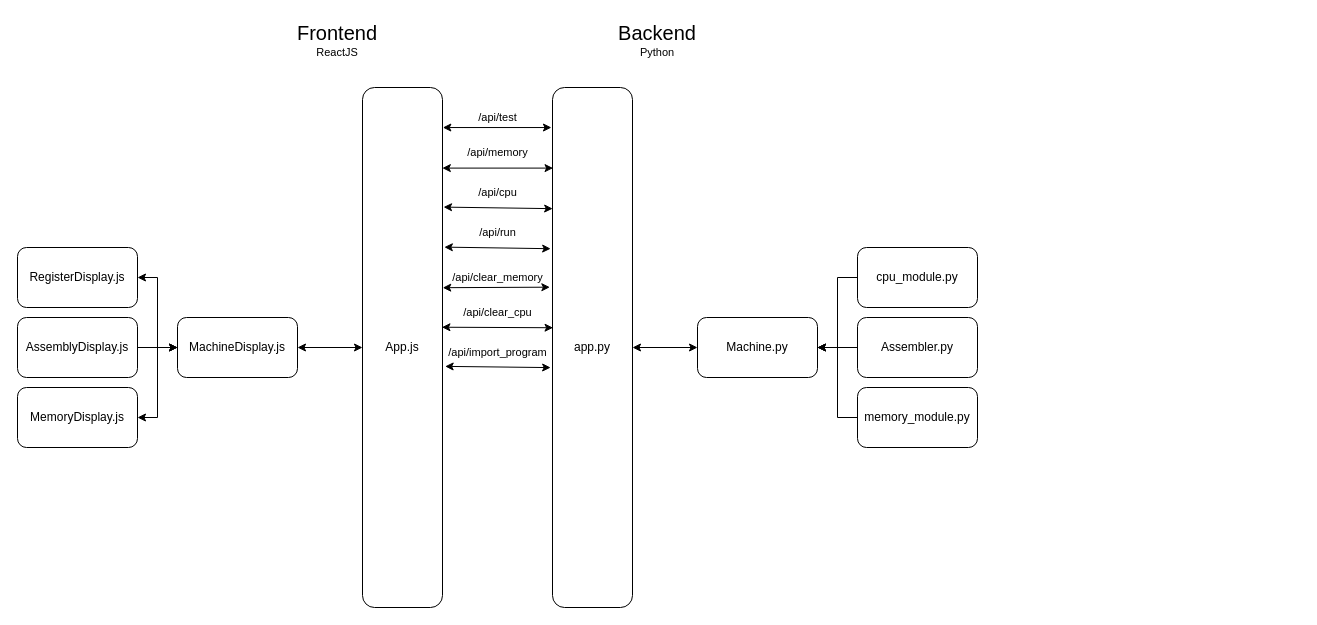
Above: architecture.dio in FarisAMZ71/BrookshearMachine (draw.io), before the change. Source tidied: cells renumbered, new cells numbered last; positions are measured from the earlier drawing's top-left corner, leaving out a move shared by most shapes. Both pictures are drawn from the tidied source at 100%, with x=0, y=0 at pixel (17, 17).
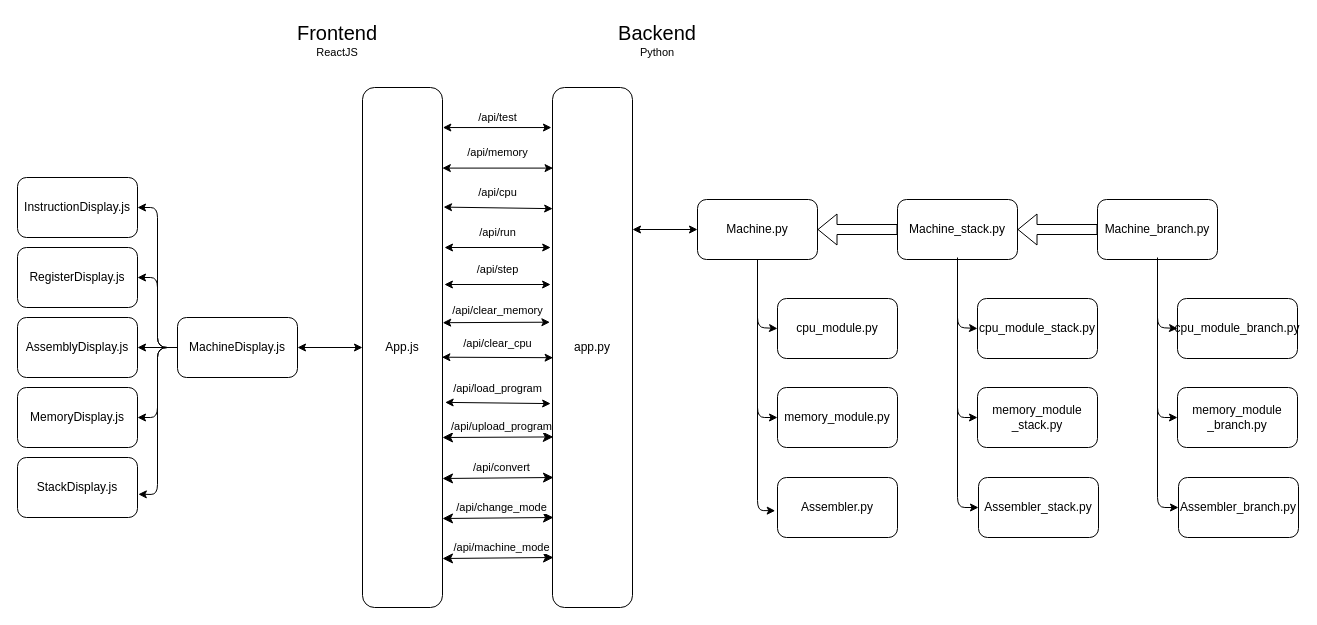
The same diagram, later.

Unchanged cells that the change refers to:
```xml
<mxCell id="2" value="app.py" style="rounded=1;whiteSpace=wrap;html=1;" parent="1" vertex="1">
  <mxGeometry x="535" y="70" width="80" height="520" as="geometry" />
</mxCell>
<mxCell id="3" value="MachineDisplay.js" style="rounded=1;whiteSpace=wrap;html=1;" parent="1" vertex="1">
  <mxGeometry x="160" y="300" width="120" height="60" as="geometry" />
</mxCell>
<mxCell id="15" value="App.js" style="rounded=1;whiteSpace=wrap;html=1;" parent="1" vertex="1">
  <mxGeometry x="345" y="70" width="80" height="520" as="geometry" />
</mxCell>
<mxCell id="31" value="RegisterDisplay.js" style="rounded=1;whiteSpace=wrap;html=1;" parent="1" vertex="1">
  <mxGeometry y="230" width="120" height="60" as="geometry" />
</mxCell>
<mxCell id="33" value="MemoryDisplay.js" style="rounded=1;whiteSpace=wrap;html=1;" parent="1" vertex="1">
  <mxGeometry y="370" width="120" height="60" as="geometry" />
</mxCell>
<mxCell id="35" value="AssemblyDisplay.js" style="rounded=1;whiteSpace=wrap;html=1;" parent="1" vertex="1">
  <mxGeometry y="300" width="120" height="60" as="geometry" />
</mxCell>
```

What changed in the source:
```diff
@@
+    <mxCell id="38" style="edgeStyle=none;html=1;exitX=0;exitY=0.5;exitDx=0;exitDy=0;entryX=1;entryY=0.5;entryDx=0;entryDy=0;" parent="1" edge="1" source="3" target="31">
+      <mxGeometry relative="1" as="geometry">
+        <Array as="points">
+          <mxPoint x="140" y="330" />
+          <mxPoint x="140" y="260" />
+        </Array>
+      </mxGeometry>
+    </mxCell>
+    <mxCell id="39" style="edgeStyle=none;html=1;exitX=0;exitY=0.5;exitDx=0;exitDy=0;entryX=1;entryY=0.5;entryDx=0;entryDy=0;" parent="1" edge="1" source="3" target="35">
+      <mxGeometry relative="1" as="geometry" />
+    </mxCell>
+    <mxCell id="40" style="edgeStyle=none;html=1;exitX=0;exitY=0.5;exitDx=0;exitDy=0;entryX=1;entryY=0.5;entryDx=0;entryDy=0;" parent="1" edge="1" source="3" target="33">
+      <mxGeometry relative="1" as="geometry">
+        <Array as="points">
+          <mxPoint x="140" y="330" />
+          <mxPoint x="140" y="400" />
+        </Array>
+      </mxGeometry>
+    </mxCell>
+    <mxCell id="41" style="edgeStyle=none;html=1;exitX=0;exitY=0.5;exitDx=0;exitDy=0;entryX=1;entryY=0.5;entryDx=0;entryDy=0;" parent="1" edge="1" source="3" target="51">
+      <mxGeometry relative="1" as="geometry">
+        <Array as="points">
+          <mxPoint x="140" y="330" />
+          <mxPoint x="140" y="190" />
+        </Array>
+      </mxGeometry>
+    </mxCell>
@@
-    <mxCell id="8" style="edgeStyle=none;rounded=0;html=1;exitX=0;exitY=0.5;exitDx=0;exitDy=0;entryX=1;entryY=0.5;entryDx=0;entryDy=0;strokeColor=default;fontSize=11;startArrow=classic;startFill=1;" parent="1" edge="1" source="9" target="2">
-      <mxGeometry relative="1" as="geometry" />
+    <mxCell id="8" style="edgeStyle=none;rounded=0;html=1;exitX=0;exitY=0.5;exitDx=0;exitDy=0;entryX=1;entryY=0.5;entryDx=0;entryDy=0;strokeColor=default;fontSize=11;startArrow=classic;startFill=1;" parent="1" edge="1" source="9">
+      <mxGeometry relative="1" as="geometry">
+        <mxPoint x="615" y="212" as="targetPoint" />
+      </mxGeometry>
     </mxCell>
+    <mxCell id="42" style="edgeStyle=none;html=1;exitX=0.5;exitY=1;exitDx=0;exitDy=0;entryX=0;entryY=0.5;entryDx=0;entryDy=0;" parent="1" edge="1" source="9" target="47">
+      <mxGeometry relative="1" as="geometry">
+        <Array as="points">
+          <mxPoint x="740" y="310" />
+        </Array>
+      </mxGeometry>
+    </mxCell>
+    <mxCell id="43" style="edgeStyle=none;html=1;exitX=0.5;exitY=1;exitDx=0;exitDy=0;entryX=0;entryY=0.5;entryDx=0;entryDy=0;" parent="1" edge="1" source="9" target="48">
+      <mxGeometry relative="1" as="geometry">
+        <Array as="points">
+          <mxPoint x="740" y="400" />
+        </Array>
+      </mxGeometry>
+    </mxCell>
     <mxCell id="9" value="Machine.py" style="rounded=1;whiteSpace=wrap;html=1;" parent="1" vertex="1">
-      <mxGeometry x="680" y="300" width="120" height="60" as="geometry" />
+      <mxGeometry x="680" y="182" width="120" height="60" as="geometry" />
     </mxCell>
-    <mxCell id="10" style="edgeStyle=none;rounded=0;html=1;exitX=0;exitY=0.5;exitDx=0;exitDy=0;entryX=1;entryY=0.5;entryDx=0;entryDy=0;strokeColor=default;fontSize=11;" parent="1" edge="1" source="11" target="9">
-      <mxGeometry relative="1" as="geometry">
-        <Array as="points">
-          <mxPoint x="820" y="260" />
-          <mxPoint x="820" y="330" />
-        </Array>
-      </mxGeometry>
-    </mxCell>
-    <mxCell id="11" value="cpu_module.py" style="rounded=1;whiteSpace=wrap;html=1;" parent="1" vertex="1">
-      <mxGeometry x="840" y="230" width="120" height="60" as="geometry" />
+    <mxCell id="11" value="cpu_module_stack.py" style="rounded=1;whiteSpace=wrap;html=1;" parent="1" vertex="1">
+      <mxGeometry x="960" y="281" width="120" height="60" as="geometry" />
     </mxCell>
-    <mxCell id="12" style="edgeStyle=none;rounded=0;html=1;exitX=0;exitY=0.5;exitDx=0;exitDy=0;strokeColor=default;fontSize=11;" parent="1" edge="1" source="13">
-      <mxGeometry relative="1" as="geometry">
-        <mxPoint x="800" y="330" as="targetPoint" />
-        <Array as="points">
-          <mxPoint x="820" y="400" />
-          <mxPoint x="820" y="330" />
-        </Array>
-      </mxGeometry>
-    </mxCell>
-    <mxCell id="13" value="memory_module.py" style="rounded=1;whiteSpace=wrap;html=1;" parent="1" vertex="1">
-      <mxGeometry x="840" y="370" width="120" height="60" as="geometry" />
+    <mxCell id="13" value="memory_module&lt;div&gt;_stack.py&lt;/div&gt;" style="rounded=1;whiteSpace=wrap;html=1;" parent="1" vertex="1">
+      <mxGeometry x="960" y="370" width="120" height="60" as="geometry" />
     </mxCell>
@@
-    <mxCell id="19" style="edgeStyle=none;rounded=0;html=1;exitX=1.023;exitY=0.307;exitDx=0;exitDy=0;entryX=-0.023;entryY=0.31;entryDx=0;entryDy=0;strokeColor=default;fontSize=11;startArrow=classic;startFill=1;entryPerimeter=0;exitPerimeter=0;" parent="1" edge="1" source="15" target="2">
-      <mxGeometry relative="1" as="geometry" />
+    <mxCell id="19" style="edgeStyle=none;rounded=0;html=1;entryX=-0.023;entryY=0.31;entryDx=0;entryDy=0;strokeColor=default;fontSize=11;startArrow=classic;startFill=1;entryPerimeter=0;" parent="1" edge="1">
+      <mxGeometry relative="1" as="geometry">
+        <mxPoint x="427" y="230" as="sourcePoint" />
+        <mxPoint x="533.2" y="230" as="targetPoint" />
+      </mxGeometry>
     </mxCell>
-    <mxCell id="20" style="edgeStyle=none;rounded=0;html=1;exitX=1.003;exitY=0.385;exitDx=0;exitDy=0;entryX=-0.033;entryY=0.384;entryDx=0;entryDy=0;strokeColor=default;fontSize=11;startArrow=classic;startFill=1;entryPerimeter=0;exitPerimeter=0;" parent="1" edge="1" source="15" target="2">
-      <mxGeometry relative="1" as="geometry" />
+    <mxCell id="20" style="edgeStyle=none;rounded=0;html=1;exitX=1.003;exitY=0.385;exitDx=0;exitDy=0;entryX=-0.033;entryY=0.384;entryDx=0;entryDy=0;strokeColor=default;fontSize=11;startArrow=classic;startFill=1;entryPerimeter=0;exitPerimeter=0;" parent="1" edge="1">
+      <mxGeometry relative="1" as="geometry">
+        <mxPoint x="425.2" y="305.2" as="sourcePoint" />
+        <mxPoint x="532.4" y="304.7" as="targetPoint" />
+      </mxGeometry>
     </mxCell>
-    <mxCell id="21" style="edgeStyle=none;rounded=0;html=1;exitX=0.993;exitY=0.461;exitDx=0;exitDy=0;entryX=0.007;entryY=0.462;entryDx=0;entryDy=0;strokeColor=default;fontSize=11;startArrow=classic;startFill=1;entryPerimeter=0;exitPerimeter=0;" parent="1" edge="1" source="15" target="2">
-      <mxGeometry relative="1" as="geometry" />
+    <mxCell id="21" style="edgeStyle=none;rounded=0;html=1;exitX=0.993;exitY=0.461;exitDx=0;exitDy=0;entryX=0.007;entryY=0.462;entryDx=0;entryDy=0;strokeColor=default;fontSize=11;startArrow=classic;startFill=1;entryPerimeter=0;exitPerimeter=0;" parent="1" edge="1">
+      <mxGeometry relative="1" as="geometry">
+        <mxPoint x="424.4" y="339.7" as="sourcePoint" />
+        <mxPoint x="535.6" y="340.2" as="targetPoint" />
+      </mxGeometry>
     </mxCell>
@@
-    <mxCell id="27" value="/api/clear_memory" style="text;html=1;align=center;verticalAlign=middle;strokeColor=none;fillColor=none;fontSize=11;" parent="1" vertex="1">
-      <mxGeometry x="425" y="245" width="110" height="30" as="geometry" />
-    </mxCell>
     <mxCell id="28" value="/api/clear_cpu" style="text;html=1;align=center;verticalAlign=middle;strokeColor=none;fillColor=none;fontSize=11;" parent="1" vertex="1">
-      <mxGeometry x="435" y="280" width="90" height="30" as="geometry" />
+      <mxGeometry x="435" y="311" width="90" height="30" as="geometry" />
     </mxCell>
-    <mxCell id="29" value="/api/import_program" style="text;html=1;align=center;verticalAlign=middle;points=[];strokeColor=none;fillColor=none;fontSize=11;" parent="1" vertex="1">
-      <mxGeometry x="425" y="320" width="110" height="30" as="geometry" />
+    <mxCell id="29" value="/api/load_program" style="text;html=1;align=center;verticalAlign=middle;points=[];strokeColor=none;fillColor=none;fontSize=11;" parent="1" vertex="1">
+      <mxGeometry x="425" y="356" width="110" height="30" as="geometry" />
     </mxCell>
-    <mxCell id="30" style="edgeStyle=none;rounded=0;html=1;exitX=1;exitY=0.5;exitDx=0;exitDy=0;entryX=0;entryY=0.5;entryDx=0;entryDy=0;strokeColor=default;fontSize=11;startArrow=classic;startFill=1;" parent="1" edge="1" source="31" target="3">
-      <mxGeometry relative="1" as="geometry">
-        <Array as="points">
-          <mxPoint x="140" y="260" />
-          <mxPoint x="140" y="330" />
-        </Array>
-      </mxGeometry>
-    </mxCell>
@@
-    <mxCell id="32" style="edgeStyle=none;rounded=0;html=1;exitX=1;exitY=0.5;exitDx=0;exitDy=0;entryX=0;entryY=0.5;entryDx=0;entryDy=0;strokeColor=default;fontSize=11;startArrow=classic;startFill=1;" parent="1" edge="1" source="33" target="3">
-      <mxGeometry relative="1" as="geometry">
-        <Array as="points">
-          <mxPoint x="140" y="400" />
-          <mxPoint x="140" y="330" />
-        </Array>
-      </mxGeometry>
-    </mxCell>
@@
-    <mxCell id="34" style="edgeStyle=none;html=1;" parent="1" edge="1" source="35" target="3">
-      <mxGeometry relative="1" as="geometry" />
-    </mxCell>
@@
+    <mxCell id="44" style="edgeStyle=none;html=1;exitX=0.5;exitY=1;exitDx=0;exitDy=0;entryX=0;entryY=0.5;entryDx=0;entryDy=0;" parent="1" edge="1" source="36" target="11">
+      <mxGeometry relative="1" as="geometry">
+        <Array as="points">
+          <mxPoint x="940" y="310" />
+        </Array>
+      </mxGeometry>
+    </mxCell>
+    <mxCell id="45" style="edgeStyle=none;html=1;exitX=0.5;exitY=1;exitDx=0;exitDy=0;entryX=0;entryY=0.5;entryDx=0;entryDy=0;" parent="1" edge="1" source="36" target="13">
+      <mxGeometry relative="1" as="geometry">
+        <Array as="points">
+          <mxPoint x="940" y="400" />
+        </Array>
+      </mxGeometry>
+    </mxCell>
+    <mxCell id="46" style="edgeStyle=none;html=1;shape=flexArrow;" parent="1" edge="1" source="36" target="9">
+      <mxGeometry relative="1" as="geometry" />
+    </mxCell>
-    <mxCell id="36" style="edgeStyle=none;html=1;" parent="1" edge="1" source="37" target="9">
-      <mxGeometry relative="1" as="geometry" />
+    <mxCell id="36" value="Machine_stack.py" style="rounded=1;whiteSpace=wrap;html=1;" parent="1" vertex="1">
+      <mxGeometry x="880" y="182" width="120" height="60" as="geometry" />
     </mxCell>
+    <mxCell id="47" value="cpu_module.py" style="rounded=1;whiteSpace=wrap;html=1;" parent="1" vertex="1">
+      <mxGeometry x="760" y="281" width="120" height="60" as="geometry" />
+    </mxCell>
+    <mxCell id="48" value="memory_module.py" style="rounded=1;whiteSpace=wrap;html=1;" parent="1" vertex="1">
+      <mxGeometry x="760" y="370" width="120" height="60" as="geometry" />
+    </mxCell>
+    <mxCell id="49" value="Assembler.py" style="rounded=1;whiteSpace=wrap;html=1;" parent="1" vertex="1">
+      <mxGeometry x="760" y="460" width="120" height="60" as="geometry" />
+    </mxCell>
+    <mxCell id="50" value="StackDisplay.js" style="rounded=1;whiteSpace=wrap;html=1;" parent="1" vertex="1">
+      <mxGeometry y="440" width="120" height="60" as="geometry" />
+    </mxCell>
+    <mxCell id="51" value="&lt;div style=&quot;text-align: center;&quot;&gt;&lt;span style=&quot;background-color: transparent; text-align: start;&quot;&gt;Instruction&lt;/span&gt;&lt;span style=&quot;background-color: transparent;&quot;&gt;Display.js&lt;/span&gt;&lt;/div&gt;" style="rounded=1;whiteSpace=wrap;html=1;" parent="1" vertex="1">
+      <mxGeometry y="160" width="120" height="60" as="geometry" />
+    </mxCell>
+    <mxCell id="52" style="edgeStyle=none;html=1;exitX=0;exitY=0.5;exitDx=0;exitDy=0;entryX=1.007;entryY=0.613;entryDx=0;entryDy=0;entryPerimeter=0;" parent="1" edge="1" source="3" target="50">
+      <mxGeometry relative="1" as="geometry">
+        <Array as="points">
+          <mxPoint x="140" y="330" />
+          <mxPoint x="140" y="477" />
+        </Array>
+      </mxGeometry>
+    </mxCell>
+    <mxCell id="53" style="edgeStyle=none;rounded=0;html=1;entryX=-0.023;entryY=0.31;entryDx=0;entryDy=0;strokeColor=default;fontSize=11;startArrow=classic;startFill=1;entryPerimeter=0;" parent="1" edge="1">
+      <mxGeometry relative="1" as="geometry">
+        <mxPoint x="426.9" y="267" as="sourcePoint" />
+        <mxPoint x="533.1" y="267" as="targetPoint" />
+      </mxGeometry>
+    </mxCell>
+    <mxCell id="54" value="/api/step" style="text;html=1;align=center;verticalAlign=middle;strokeColor=none;fillColor=none;fontSize=11;" parent="1" vertex="1">
+      <mxGeometry x="444.9" y="237" width="70" height="30" as="geometry" />
+    </mxCell>
+    <mxCell id="27" value="&lt;span style=&quot;color: rgb(0, 0, 0); font-size: 11px;&quot;&gt;/api/clear_memory&lt;/span&gt;" style="text;html=1;align=center;verticalAlign=middle;strokeColor=none;fillColor=none;" parent="1" vertex="1">
+      <mxGeometry x="425" y="278" width="110" height="30" as="geometry" />
+    </mxCell>
+    <mxCell id="55" style="edgeStyle=none;jettySize=auto;html=1;endArrow=classic;startArrow=classic;endSize=8;startSize=8;entryX=0.01;entryY=0.672;entryDx=0;entryDy=0;entryPerimeter=0;" parent="1" edge="1" target="2">
+      <mxGeometry relative="1" as="geometry">
+        <mxPoint x="425" y="420" as="sourcePoint" />
+      </mxGeometry>
+    </mxCell>
+    <mxCell id="56" value="&lt;span style=&quot;color: rgb(0, 0, 0); background-color: rgb(251, 251, 251);&quot;&gt;/api/upload_program&lt;/span&gt;" style="edgeLabel;html=1;align=center;verticalAlign=middle;" parent="55" vertex="1">
+      <mxGeometry x="0.04" y="-1" relative="1" as="geometry">
+        <mxPoint y="-12" as="offset" />
+      </mxGeometry>
+    </mxCell>
+    <mxCell id="57" style="edgeStyle=none;orthogonalLoop=1;jettySize=auto;html=1;endArrow=classic;startArrow=classic;endSize=8;startSize=8;entryX=0.01;entryY=0.672;entryDx=0;entryDy=0;entryPerimeter=0;" parent="1" edge="1">
+      <mxGeometry relative="1" as="geometry">
+        <mxPoint x="425" y="461" as="sourcePoint" />
+        <mxPoint x="536" y="460" as="targetPoint" />
+      </mxGeometry>
+    </mxCell>
+    <mxCell id="58" value="&lt;span style=&quot;color: rgb(0, 0, 0); background-color: rgb(251, 251, 251);&quot;&gt;/api/convert&lt;/span&gt;" style="edgeLabel;html=1;align=center;verticalAlign=middle;" parent="57" vertex="1">
+      <mxGeometry x="0.04" y="-1" relative="1" as="geometry">
+        <mxPoint y="-12" as="offset" />
+      </mxGeometry>
+    </mxCell>
+    <mxCell id="59" style="edgeStyle=none;orthogonalLoop=1;jettySize=auto;html=1;endArrow=classic;startArrow=classic;endSize=8;startSize=8;entryX=0.01;entryY=0.672;entryDx=0;entryDy=0;entryPerimeter=0;" parent="1" edge="1">
+      <mxGeometry relative="1" as="geometry">
+        <mxPoint x="425" y="501" as="sourcePoint" />
+        <mxPoint x="536" y="500" as="targetPoint" />
+      </mxGeometry>
+    </mxCell>
+    <mxCell id="60" value="&lt;span style=&quot;color: rgb(0, 0, 0); background-color: rgb(251, 251, 251);&quot;&gt;/api/change_mode&lt;/span&gt;" style="edgeLabel;html=1;align=center;verticalAlign=middle;" parent="59" vertex="1">
+      <mxGeometry x="0.04" y="-1" relative="1" as="geometry">
+        <mxPoint y="-12" as="offset" />
+      </mxGeometry>
+    </mxCell>
+    <mxCell id="61" style="edgeStyle=none;orthogonalLoop=1;jettySize=auto;html=1;endArrow=classic;startArrow=classic;endSize=8;startSize=8;entryX=0.01;entryY=0.672;entryDx=0;entryDy=0;entryPerimeter=0;" parent="1" edge="1">
+      <mxGeometry relative="1" as="geometry">
+        <mxPoint x="425" y="541" as="sourcePoint" />
+        <mxPoint x="536" y="540" as="targetPoint" />
+      </mxGeometry>
+    </mxCell>
+    <mxCell id="62" value="&lt;span style=&quot;color: rgb(0, 0, 0); background-color: rgb(251, 251, 251);&quot;&gt;/api/machine_mode&lt;/span&gt;" style="edgeLabel;html=1;align=center;verticalAlign=middle;" parent="61" vertex="1">
+      <mxGeometry x="0.04" y="-1" relative="1" as="geometry">
+        <mxPoint y="-12" as="offset" />
+      </mxGeometry>
+    </mxCell>
+    <mxCell id="63" style="edgeStyle=none;html=1;exitX=0.5;exitY=1;exitDx=0;exitDy=0;entryX=-0.019;entryY=0.554;entryDx=0;entryDy=0;entryPerimeter=0;" parent="1" edge="1" source="9" target="49">
+      <mxGeometry relative="1" as="geometry">
+        <Array as="points">
+          <mxPoint x="740" y="493" />
+        </Array>
+      </mxGeometry>
+    </mxCell>
+    <mxCell id="64" style="edgeStyle=none;html=1;entryX=0;entryY=0.5;entryDx=0;entryDy=0;" parent="1" edge="1" target="37">
+      <mxGeometry relative="1" as="geometry">
+        <mxPoint x="940" y="240" as="sourcePoint" />
+        <Array as="points">
+          <mxPoint x="940" y="490" />
+        </Array>
+      </mxGeometry>
+    </mxCell>
-    <mxCell id="37" value="Assembler.py" style="rounded=1;whiteSpace=wrap;html=1;" parent="1" vertex="1">
-      <mxGeometry x="840" y="300" width="120" height="60" as="geometry" />
+    <mxCell id="37" value="Assembler_stack.py" style="rounded=1;whiteSpace=wrap;html=1;" parent="1" vertex="1">
+      <mxGeometry x="961" y="460" width="120" height="60" as="geometry" />
     </mxCell>
+    <mxCell id="65" value="cpu_module_&lt;span style=&quot;color: rgb(0, 0, 0);&quot;&gt;branch&lt;/span&gt;.py" style="rounded=1;whiteSpace=wrap;html=1;" parent="1" vertex="1">
+      <mxGeometry x="1160" y="281" width="120" height="60" as="geometry" />
+    </mxCell>
+    <mxCell id="66" value="memory_module&lt;div&gt;_&lt;span style=&quot;color: rgb(0, 0, 0);&quot;&gt;branch&lt;/span&gt;.py&lt;/div&gt;" style="rounded=1;whiteSpace=wrap;html=1;" parent="1" vertex="1">
+      <mxGeometry x="1160" y="370" width="120" height="60" as="geometry" />
+    </mxCell>
+    <mxCell id="67" style="edgeStyle=none;html=1;exitX=0.5;exitY=1;exitDx=0;exitDy=0;entryX=0;entryY=0.5;entryDx=0;entryDy=0;" parent="1" edge="1" source="70" target="65">
+      <mxGeometry relative="1" as="geometry">
+        <Array as="points">
+          <mxPoint x="1140" y="310" />
+        </Array>
+      </mxGeometry>
+    </mxCell>
+    <mxCell id="68" style="edgeStyle=none;html=1;exitX=0.5;exitY=1;exitDx=0;exitDy=0;entryX=0;entryY=0.5;entryDx=0;entryDy=0;" parent="1" edge="1" source="70" target="66">
+      <mxGeometry relative="1" as="geometry">
+        <Array as="points">
+          <mxPoint x="1140" y="400" />
+        </Array>
+      </mxGeometry>
+    </mxCell>
+    <mxCell id="69" style="edgeStyle=none;html=1;shape=flexArrow;" parent="1" edge="1" source="70" target="36">
+      <mxGeometry relative="1" as="geometry" />
+    </mxCell>
+    <mxCell id="70" value="Machine_&lt;span style=&quot;color: rgb(0, 0, 0);&quot;&gt;branch&lt;/span&gt;.py" style="rounded=1;whiteSpace=wrap;html=1;" parent="1" vertex="1">
+      <mxGeometry x="1080" y="182" width="120" height="60" as="geometry" />
+    </mxCell>
+    <mxCell id="71" style="edgeStyle=none;html=1;entryX=0;entryY=0.5;entryDx=0;entryDy=0;" parent="1" edge="1" target="72">
+      <mxGeometry relative="1" as="geometry">
+        <mxPoint x="1140" y="240" as="sourcePoint" />
+        <Array as="points">
+          <mxPoint x="1140" y="490" />
+        </Array>
+      </mxGeometry>
+    </mxCell>
+    <mxCell id="72" value="Assembler_&lt;span style=&quot;color: rgb(0, 0, 0);&quot;&gt;branch&lt;/span&gt;.py" style="rounded=1;whiteSpace=wrap;html=1;" parent="1" vertex="1">
+      <mxGeometry x="1161" y="460" width="120" height="60" as="geometry" />
+    </mxCell>
```
